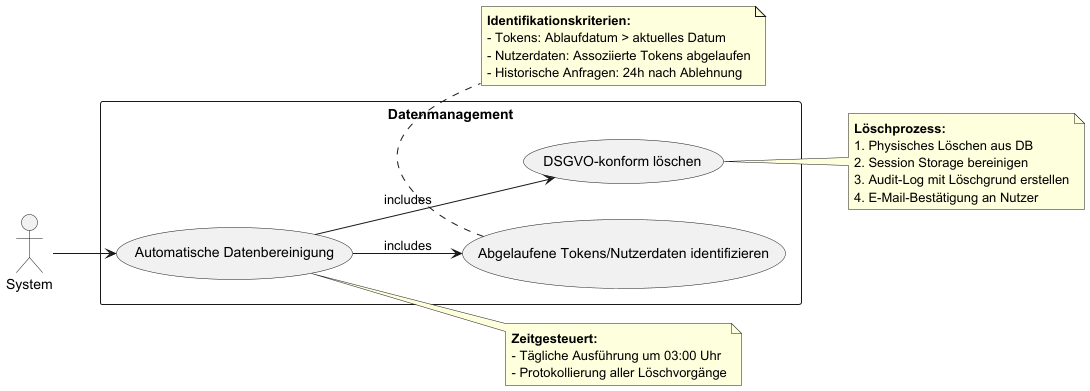
Earlier version of the PlantUML export replocker-plan/diagram_models/use_cases/scheduled_tasks.png (davakinyemi/replocker).
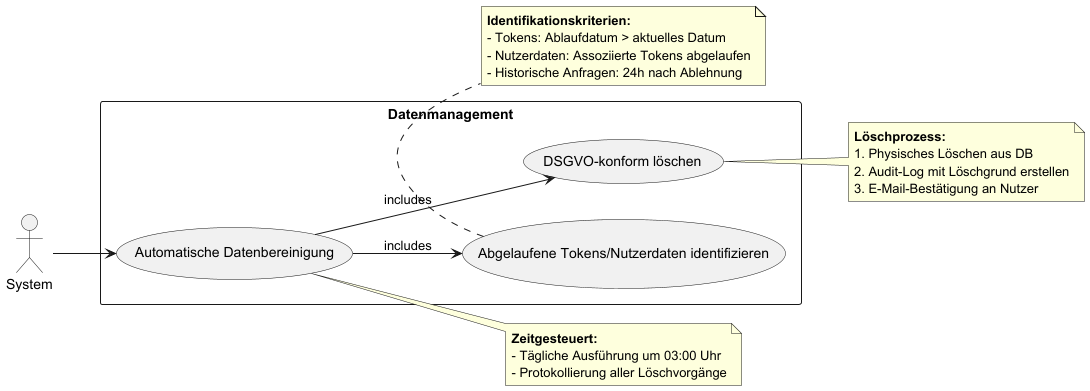
The same diagram one commit later.

The edit, as a diff of the source:
```diff
@@ -30,9 +30,8 @@
 note right of UC3
   **Löschprozess:**
   1. Physisches Löschen aus DB
-  2. Session Storage bereinigen
-  3. Audit-Log mit Löschgrund erstellen
-  4. E-Mail-Bestätigung an Nutzer
+  2. Audit-Log mit Löschgrund erstellen
+  3. E-Mail-Bestätigung an Nutzer
 end note
 
 @enduml
```
